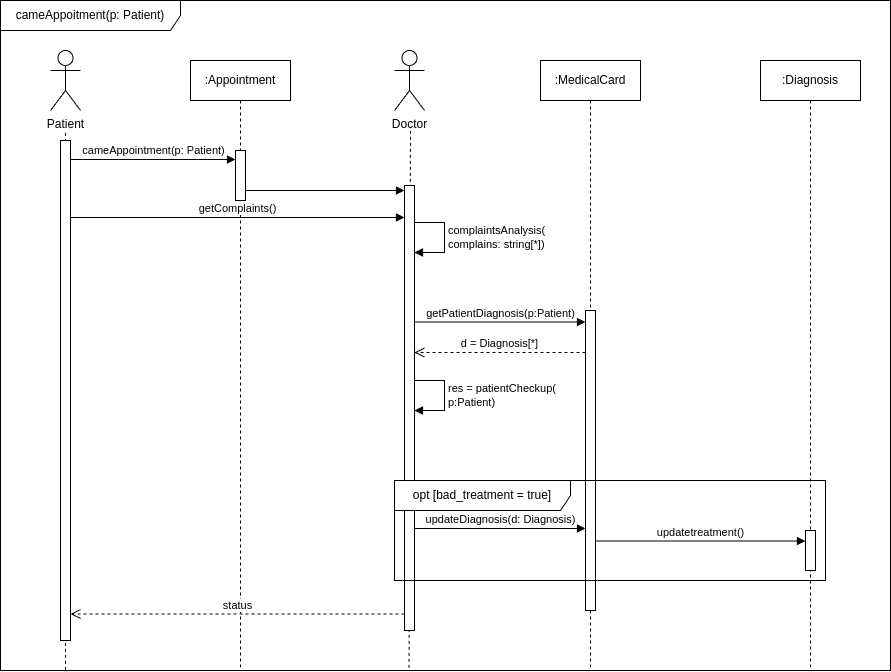
Above: lab2/SD-SD3.png in nedeadinside/oaoaoaoaoaoaoaoa (draw.io), before the change. Source tidied: cells renumbered, new cells last; positions are measured from the earlier drawing's top-left corner, leaving out a move shared by most shapes.
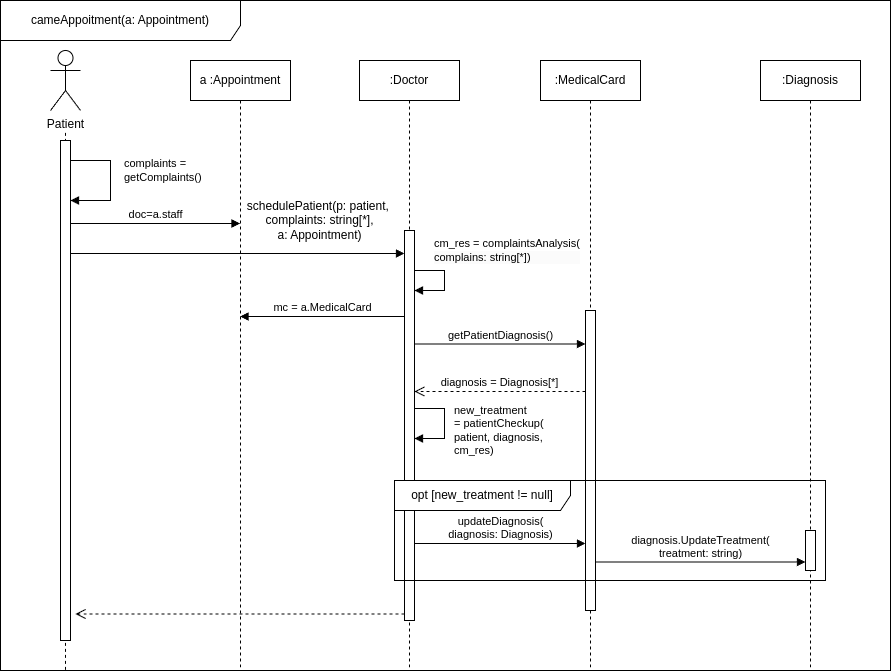
After the change.

Diff of the diagram source:
```diff
@@ -2,29 +2,23 @@
   <root>
     <mxCell id="0" />
     <mxCell id="1" parent="0" />
-    <mxCell id="2" style="endArrow=none;dashed=1;html=1;rounded=0;entryX=0.533;entryY=1.333;entryDx=0;entryDy=0;entryPerimeter=0;exitX=0.459;exitY=0.996;exitDx=0;exitDy=0;exitPerimeter=0;" parent="1" edge="1" source="4" target="6">
-      <mxGeometry relative="1" as="geometry" />
-    </mxCell>
+    <mxCell id="26" value=":Doctor" style="shape=umlLifeline;perimeter=lifelinePerimeter;whiteSpace=wrap;html=1;newEdgeStyle={&quot;curved&quot;:0,&quot;rounded&quot;:0};" parent="1" vertex="1">
+      <mxGeometry x="359" y="60" width="100" height="610" as="geometry" />
+    </mxCell>
     <mxCell id="3" style="endArrow=none;dashed=1;html=1;rounded=0;exitX=0.073;exitY=0.999;exitDx=0;exitDy=0;exitPerimeter=0;" parent="1" edge="1" source="4">
       <mxGeometry relative="1" as="geometry">
         <mxPoint x="65" y="130" as="targetPoint" />
       </mxGeometry>
     </mxCell>
-    <mxCell id="4" value="cameAppoitment(p: Patient)" style="shape=umlFrame;whiteSpace=wrap;html=1;width=180;height=30;" parent="1" vertex="1">
+    <mxCell id="4" value="cameAppoitment(a: Appointment)" style="shape=umlFrame;whiteSpace=wrap;html=1;width=240;height=40;" parent="1" vertex="1">
       <mxGeometry width="890" height="670" as="geometry" />
     </mxCell>
     <mxCell id="5" value="Patient" style="shape=umlActor;verticalLabelPosition=bottom;verticalAlign=top;html=1;" parent="1" vertex="1">
       <mxGeometry x="50" y="50" width="30" height="60" as="geometry" />
     </mxCell>
-    <mxCell id="6" value="Doctor" style="shape=umlActor;verticalLabelPosition=bottom;verticalAlign=top;html=1;" parent="1" vertex="1">
-      <mxGeometry x="394" y="50" width="30" height="60" as="geometry" />
-    </mxCell>
-    <mxCell id="7" value=":Appointment" style="shape=umlLifeline;perimeter=lifelinePerimeter;whiteSpace=wrap;html=1;newEdgeStyle={&quot;curved&quot;:0,&quot;rounded&quot;:0};" parent="1" vertex="1">
+    <mxCell id="7" value="a :Appointment" style="shape=umlLifeline;perimeter=lifelinePerimeter;whiteSpace=wrap;html=1;newEdgeStyle={&quot;curved&quot;:0,&quot;rounded&quot;:0};" parent="1" vertex="1">
       <mxGeometry x="190" y="60" width="100" height="610" as="geometry" />
     </mxCell>
-    <mxCell id="8" style="html=1;points=[[0,0,0,0,5],[0,1,0,0,-5],[1,0,0,0,5],[1,1,0,0,-5]];perimeter=orthogonalPerimeter;outlineConnect=0;targetShapes=umlLifeline;portConstraint=eastwest;newEdgeStyle={&quot;curved&quot;:0,&quot;rounded&quot;:0};" parent="7" vertex="1">
-      <mxGeometry x="45" y="90" width="10" height="50" as="geometry" />
-    </mxCell>
     <mxCell id="9" value=":MedicalCard" style="shape=umlLifeline;perimeter=lifelinePerimeter;whiteSpace=wrap;html=1;newEdgeStyle={&quot;curved&quot;:0,&quot;rounded&quot;:0};" parent="1" vertex="1">
       <mxGeometry x="540" y="60" width="100" height="610" as="geometry" />
     </mxCell>
@@ -40,73 +34,90 @@
     <mxCell id="13" style="html=1;points=[[0,0,0,0,5],[0,1,0,0,-5],[1,0,0,0,5],[1,1,0,0,-5]];perimeter=orthogonalPerimeter;outlineConnect=0;targetShapes=umlLifeline;portConstraint=eastwest;newEdgeStyle={&quot;curved&quot;:0,&quot;rounded&quot;:0};" parent="1" vertex="1">
       <mxGeometry x="60" y="140" width="10" height="500" as="geometry" />
     </mxCell>
-    <mxCell id="14" value="cameAppointment(p: Patient)" style="html=1;verticalAlign=bottom;endArrow=block;curved=0;rounded=0;" parent="1" edge="1" target="8">
-      <mxGeometry relative="1" as="geometry">
-        <mxPoint x="70" y="159" as="sourcePoint" />
-      </mxGeometry>
-    </mxCell>
     <mxCell id="15" style="html=1;points=[[0,0,0,0,5],[0,1,0,0,-5],[1,0,0,0,5],[1,1,0,0,-5]];perimeter=orthogonalPerimeter;outlineConnect=0;targetShapes=umlLifeline;portConstraint=eastwest;newEdgeStyle={&quot;curved&quot;:0,&quot;rounded&quot;:0};" parent="1" vertex="1">
-      <mxGeometry x="404" y="185" width="10" height="445" as="geometry" />
+      <mxGeometry x="404" y="230" width="10" height="390" as="geometry" />
     </mxCell>
-    <mxCell id="16" value="getComplaints()" style="html=1;verticalAlign=bottom;endArrow=block;curved=0;rounded=0;" parent="1" edge="1">
-      <mxGeometry relative="1" as="geometry">
-        <mxPoint x="70" y="217" as="sourcePoint" />
-        <mxPoint x="404" y="217" as="targetPoint" />
-      </mxGeometry>
-    </mxCell>
-    <mxCell id="17" value="complaintsAnalysis(&lt;div&gt;complains: string[*])&lt;/div&gt;" style="html=1;align=left;spacingLeft=2;endArrow=block;rounded=0;edgeStyle=orthogonalEdgeStyle;curved=0;rounded=0;" parent="1" edge="1">
-      <mxGeometry relative="1" as="geometry">
-        <mxPoint x="414" y="222" as="sourcePoint" />
-        <mxPoint x="414" y="252" as="targetPoint" />
-        <Array as="points">
-          <mxPoint x="444" y="222" />
-          <mxPoint x="444" y="252" />
-        </Array>
-      </mxGeometry>
-    </mxCell>
-    <mxCell id="18" value="getPatientDiagnosis(p:Patient)" style="html=1;verticalAlign=bottom;endArrow=block;curved=0;rounded=0;" parent="1" edge="1">
+    <mxCell id="18" value="getPatientDiagnosis()" style="html=1;verticalAlign=bottom;endArrow=block;curved=0;rounded=0;" parent="1" edge="1">
       <mxGeometry relative="1" as="geometry">
-        <mxPoint x="414" y="321.5" as="sourcePoint" />
-        <mxPoint x="585" y="321.5" as="targetPoint" />
+        <mxPoint x="414" y="343.5" as="sourcePoint" />
+        <mxPoint x="585" y="343.5" as="targetPoint" />
       </mxGeometry>
     </mxCell>
-    <mxCell id="19" value="d = Diagnosis[*]" style="html=1;verticalAlign=bottom;endArrow=open;dashed=1;endSize=8;curved=0;rounded=0;exitX=0;exitY=1;exitDx=0;exitDy=-5;exitPerimeter=0;" parent="1" edge="1">
+    <mxCell id="19" value="diagnosis = Diagnosis[*]" style="html=1;verticalAlign=bottom;endArrow=open;dashed=1;endSize=8;curved=0;rounded=0;exitX=0;exitY=1;exitDx=0;exitDy=-5;exitPerimeter=0;" parent="1" edge="1">
       <mxGeometry relative="1" as="geometry">
-        <mxPoint x="585" y="352" as="sourcePoint" />
-        <mxPoint x="414" y="352" as="targetPoint" />
+        <mxPoint x="585" y="391" as="sourcePoint" />
+        <mxPoint x="414" y="391" as="targetPoint" />
       </mxGeometry>
     </mxCell>
-    <mxCell id="20" value="res = patientCheckup(&lt;div&gt;p:Patient)&lt;/div&gt;" style="html=1;align=left;spacingLeft=2;endArrow=block;rounded=0;edgeStyle=orthogonalEdgeStyle;curved=0;rounded=0;" parent="1" edge="1" target="15">
-      <mxGeometry relative="1" as="geometry">
-        <mxPoint x="414" y="380" as="sourcePoint" />
+    <mxCell id="20" value="new_treatment&lt;br&gt;&lt;div&gt;= patientCheckup(&lt;div&gt;patient,&amp;nbsp;&lt;span style=&quot;text-align: center;&quot;&gt;diagnosis&lt;/span&gt;,&lt;/div&gt;&lt;div&gt;cm_res)&lt;/div&gt;&lt;/div&gt;" style="html=1;align=left;spacingLeft=2;endArrow=block;rounded=0;edgeStyle=orthogonalEdgeStyle;curved=0;rounded=0;" parent="1" edge="1">
+      <mxGeometry x="0.16" y="6" relative="1" as="geometry">
+        <mxPoint x="414" y="408" as="sourcePoint" />
+        <mxPoint x="414" y="438" as="targetPoint" />
         <Array as="points">
-          <mxPoint x="444" y="380" />
-          <mxPoint x="444" y="410" />
+          <mxPoint x="444" y="408" />
+          <mxPoint x="444" y="438" />
         </Array>
       </mxGeometry>
     </mxCell>
-    <mxCell id="21" style="html=1;verticalAlign=bottom;endArrow=block;curved=0;rounded=0;entryX=0;entryY=0;entryDx=0;entryDy=5;entryPerimeter=0;" parent="1" edge="1" source="8" target="15">
-      <mxGeometry relative="1" as="geometry" />
-    </mxCell>
-    <mxCell id="22" value="opt&amp;nbsp;&lt;span style=&quot;text-wrap-mode: nowrap;&quot;&gt;[bad_treatment = true]&lt;/span&gt;" style="shape=umlFrame;whiteSpace=wrap;html=1;width=176;height=30;" parent="1" vertex="1">
+    <mxCell id="22" value="opt&amp;nbsp;&lt;span style=&quot;text-wrap-mode: nowrap;&quot;&gt;[new_treatment != null]&lt;/span&gt;" style="shape=umlFrame;whiteSpace=wrap;html=1;width=176;height=30;" parent="1" vertex="1">
       <mxGeometry x="394" y="480" width="431" height="100" as="geometry" />
     </mxCell>
-    <mxCell id="23" value="updateDiagnosis(d: Diagnosis)" style="html=1;verticalAlign=bottom;endArrow=block;curved=0;rounded=0;" parent="1" edge="1" target="10">
+    <mxCell id="23" value="updateDiagnosis(&lt;div&gt;diagnosis: Diagnosis)&lt;/div&gt;" style="html=1;verticalAlign=bottom;endArrow=block;curved=0;rounded=0;" parent="1" edge="1">
       <mxGeometry relative="1" as="geometry">
-        <mxPoint x="414" y="528" as="sourcePoint" />
+        <mxPoint x="414" y="543" as="sourcePoint" />
+        <mxPoint x="585" y="543" as="targetPoint" />
       </mxGeometry>
     </mxCell>
-    <mxCell id="24" value="updatetreatment()" style="html=1;verticalAlign=bottom;endArrow=block;curved=0;rounded=0;" parent="1" edge="1">
+    <mxCell id="24" value="diagnosis.UpdateTreatment(&lt;div&gt;treatment: string)&lt;/div&gt;" style="html=1;verticalAlign=bottom;endArrow=block;curved=0;rounded=0;" parent="1" edge="1">
       <mxGeometry relative="1" as="geometry">
-        <mxPoint x="595" y="540.5" as="sourcePoint" />
-        <mxPoint x="805" y="540.5" as="targetPoint" />
+        <mxPoint x="595" y="561.5" as="sourcePoint" />
+        <mxPoint x="805" y="561.5" as="targetPoint" />
       </mxGeometry>
     </mxCell>
-    <mxCell id="25" value="status" style="html=1;verticalAlign=bottom;endArrow=open;dashed=1;endSize=8;curved=0;rounded=0;" parent="1" edge="1">
+    <mxCell id="25" style="html=1;verticalAlign=bottom;endArrow=open;dashed=1;endSize=8;curved=0;rounded=0;" parent="1" edge="1">
       <mxGeometry relative="1" as="geometry">
         <mxPoint x="404" y="613.5" as="sourcePoint" />
-        <mxPoint x="70" y="613.5" as="targetPoint" />
+        <mxPoint x="75" y="613.5" as="targetPoint" />
       </mxGeometry>
     </mxCell>
+    <mxCell id="27" value="complaints =&amp;nbsp;&lt;div&gt;getComplaints()&lt;/div&gt;" style="html=1;align=left;spacingLeft=2;endArrow=block;rounded=0;edgeStyle=orthogonalEdgeStyle;curved=0;rounded=0;" parent="1" edge="1" source="13" target="13">
+      <mxGeometry x="-0.17" y="10" relative="1" as="geometry">
+        <Array as="points">
+          <mxPoint x="110" y="160" />
+          <mxPoint x="110" y="200" />
+        </Array>
+      </mxGeometry>
+    </mxCell>
+    <mxCell id="28" style="html=1;verticalAlign=bottom;endArrow=block;curved=0;rounded=0;" parent="1" edge="1">
+      <mxGeometry relative="1" as="geometry">
+        <mxPoint x="70" y="253" as="sourcePoint" />
+        <mxPoint x="404" y="253" as="targetPoint" />
+      </mxGeometry>
+    </mxCell>
+    <mxCell id="29" value="mc = a.MedicalCard" style="html=1;verticalAlign=bottom;endArrow=block;curved=0;rounded=0;" parent="1" edge="1">
+      <mxGeometry relative="1" as="geometry">
+        <mxPoint x="404" y="316" as="sourcePoint" />
+        <mxPoint x="239.5" y="316" as="targetPoint" />
+      </mxGeometry>
+    </mxCell>
+    <mxCell id="30" value="doc=a.staff" style="html=1;verticalAlign=bottom;endArrow=block;curved=0;rounded=0;" parent="1" edge="1">
+      <mxGeometry relative="1" as="geometry">
+        <mxPoint x="70" y="223" as="sourcePoint" />
+        <mxPoint x="239.5" y="223" as="targetPoint" />
+      </mxGeometry>
+    </mxCell>
+    <mxCell id="31" value="cm_res = complaintsAnalysis(&lt;div style=&quot;background-color: rgb(251, 251, 251);&quot;&gt;complains: string[*])&lt;/div&gt;" style="html=1;align=left;spacingLeft=2;endArrow=block;rounded=0;edgeStyle=orthogonalEdgeStyle;curved=0;rounded=0;" parent="1" edge="1" target="15">
+      <mxGeometry x="-1" y="16" relative="1" as="geometry">
+        <mxPoint x="414" y="250" as="sourcePoint" />
+        <Array as="points">
+          <mxPoint x="414" y="270" />
+          <mxPoint x="444" y="270" />
+          <mxPoint x="444" y="290" />
+        </Array>
+      </mxGeometry>
+    </mxCell>
+    <mxCell id="32" value="schedulePatient(p: patient,&amp;nbsp;&lt;div&gt;complaints: string[*],&lt;/div&gt;&lt;div&gt;a: Appointment)&lt;/div&gt;" style="text;html=1;align=center;verticalAlign=middle;strokeColor=none;fillColor=none;" parent="1" vertex="1">
+      <mxGeometry x="234" y="190" width="170" height="60" as="geometry" />
+    </mxCell>
   </root>
 </mxGraphModel>
```
